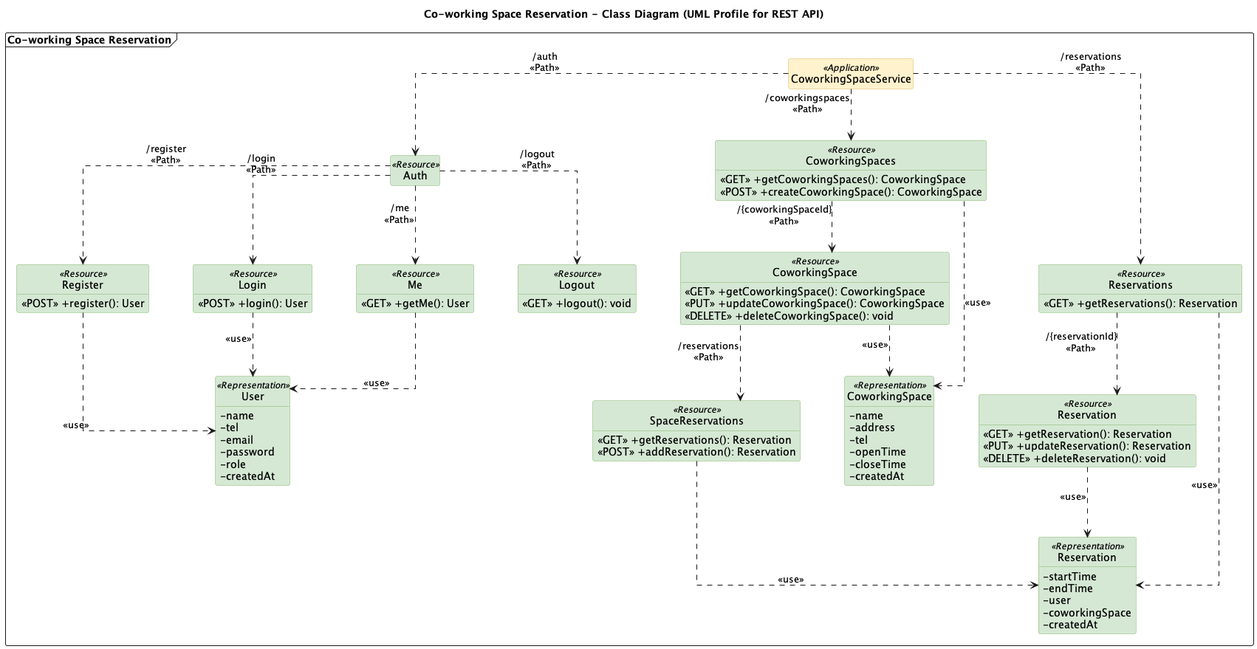
TonBoonchai/Co-working-Space-Reservation keeps this PlantUML diagram as docs/diagrams/png/class.png. Above is the earlier version.
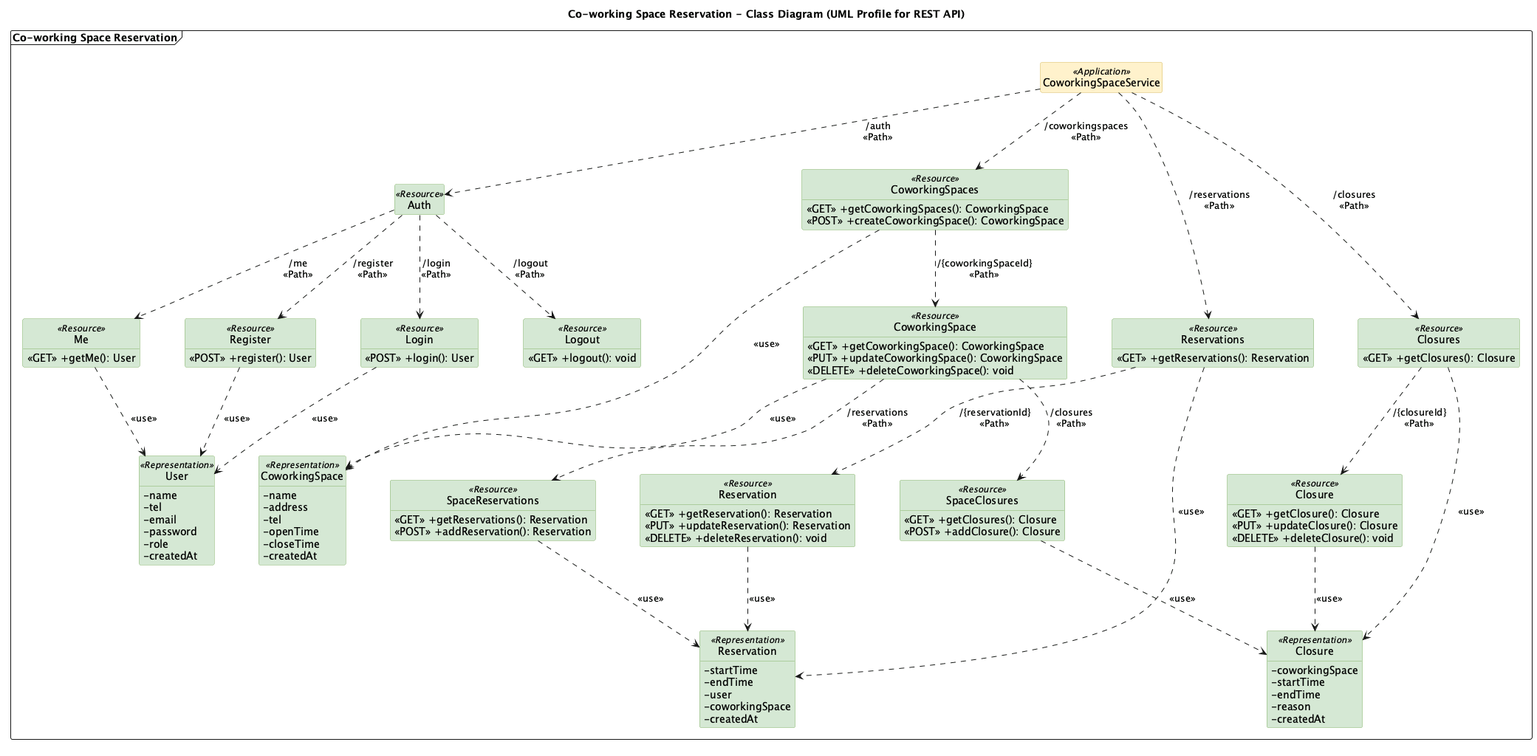
After the commit.

Diff of the diagram source:
```diff
@@ -46,6 +46,10 @@
     <<GET>> +getReservations(): Reservation
     <<POST>> +addReservation(): Reservation
   }
+  class "SpaceClosures" as SpaceClosures <<Resource>> {
+    <<GET>> +getClosures(): Closure
+    <<POST>> +addClosure(): Closure
+  }
 
   class "Reservations" as Resvs <<Resource>> {
     <<GET>> +getReservations(): Reservation
@@ -54,6 +58,15 @@
     <<GET>> +getReservation(): Reservation
     <<PUT>> +updateReservation(): Reservation
     <<DELETE>> +deleteReservation(): void
+  }
+
+  class "Closures" as Closures <<Resource>> {
+    <<GET>> +getClosures(): Closure
+  }
+  class "Closure" as Closure <<Resource>> {
+    <<GET>> +getClosure(): Closure
+    <<PUT>> +updateClosure(): Closure
+    <<DELETE>> +deleteClosure(): void
   }
 
   class "User" as UserRep <<Representation>> {
@@ -79,6 +92,13 @@
     -coworkingSpace
     -createdAt
   }
+  class "Closure" as ClosureRep <<Representation>> {
+    -coworkingSpace
+    -startTime
+    -endTime
+    -reason
+    -createdAt
+  }
 
   App ..> Auth : "/auth\n<<Path>>"
   Auth ..> Register : "/register\n<<Path>>"
@@ -89,9 +109,13 @@
   App ..> Spaces : "/coworkingspaces\n<<Path>>"
   Spaces ..> Space : "/{coworkingSpaceId}\n<<Path>>"
   Space ..> SpaceResvs : "/reservations\n<<Path>>"
+  Space ..> SpaceClosures : "/closures\n<<Path>>"
 
   App ..> Resvs : "/reservations\n<<Path>>"
   Resvs ..> Resv : "/{reservationId}\n<<Path>>"
+
+  App ..> Closures : "/closures\n<<Path>>"
+  Closures ..> Closure : "/{closureId}\n<<Path>>"
 
   Register ..> UserRep : <<use>>
   Login ..> UserRep : <<use>>
@@ -101,5 +125,8 @@
   SpaceResvs ..> ResvRep : <<use>>
   Resvs ..> ResvRep : <<use>>
   Resv ..> ResvRep : <<use>>
+  SpaceClosures ..> ClosureRep : <<use>>
+  Closures ..> ClosureRep : <<use>>
+  Closure ..> ClosureRep : <<use>>
 }
 @enduml
```
